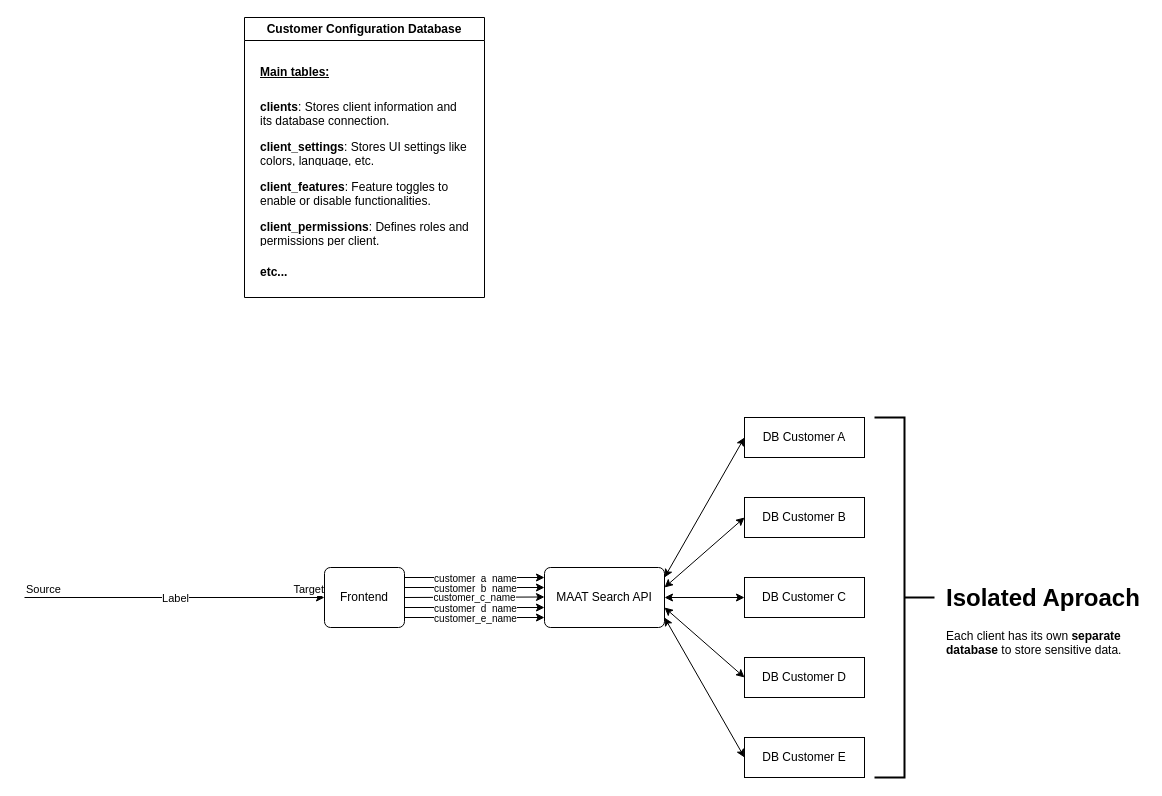
This is multitenancy.drawio from Karel95/Django-Rest_React-CRUD, a draw.io file, before an edit. Source tidied: cells renumbered, new cells numbered last; positions are measured from the earlier drawing's top-left corner, leaving out a move shared by most shapes. Both pictures are drawn from the tidied source at 100%, with x=0, y=0 at pixel (24, 17).
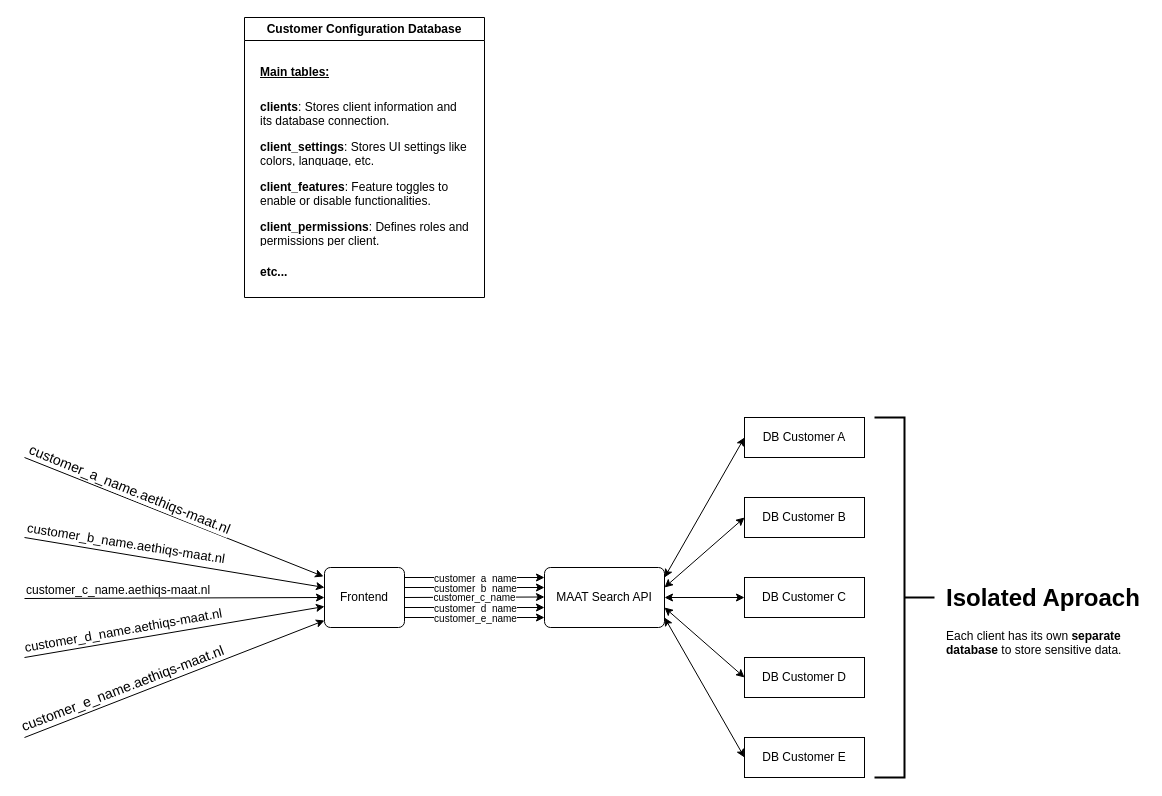
The same diagram, later.

Unchanged cells that the change refers to:
```xml
<mxCell id="2" value="Frontend" style="rounded=1;arcSize=10;whiteSpace=wrap;html=1;align=center;" parent="1" vertex="1">
  <mxGeometry x="300" y="550" width="80" height="60" as="geometry" />
</mxCell>
```

Change to the diagram source:
```diff
@@
-    <mxCell id="33" style="endArrow=classic;html=1;rounded=0;entryX=0;entryY=0.5;entryDx=0;entryDy=0;" parent="1" edge="1" target="2">
+    <mxCell id="33" style="endArrow=classic;html=1;rounded=0;entryX=-0.012;entryY=0.15;entryDx=0;entryDy=0;entryPerimeter=0;" parent="1" edge="1" target="2">
       <mxGeometry relative="1" as="geometry">
-        <mxPoint y="580" as="sourcePoint" />
+        <mxPoint y="440" as="sourcePoint" />
       </mxGeometry>
     </mxCell>
-    <mxCell id="34" value="Label" style="edgeLabel;html=1;align=center;verticalAlign=middle;" parent="33" vertex="1">
-      <mxGeometry relative="1" as="geometry" />
-    </mxCell>
-    <mxCell id="35" value="Source" style="edgeLabel;html=1;align=left;verticalAlign=bottom;" parent="33" vertex="1">
+    <mxCell id="35" value="&lt;span style=&quot;text-align: center;&quot;&gt;customer_a_name&lt;/span&gt;&lt;span&gt;.aethiqs-maat.nl&lt;/span&gt;" style="edgeLabel;html=1;align=left;verticalAlign=bottom;rotation=22;fontSize=14;" parent="33" vertex="1">
       <mxGeometry x="-1" relative="1" as="geometry" />
     </mxCell>
-    <mxCell id="36" value="Target" style="edgeLabel;html=1;align=right;verticalAlign=bottom;" parent="33" vertex="1">
-      <mxGeometry x="1" relative="1" as="geometry" />
-    </mxCell>
+    <mxCell id="37" style="endArrow=classic;html=1;rounded=0;entryX=0;entryY=0.5;entryDx=0;entryDy=0;" parent="1" edge="1" target="2">
+      <mxGeometry relative="1" as="geometry">
+        <mxPoint y="581" as="sourcePoint" />
+      </mxGeometry>
+    </mxCell>
+    <mxCell id="38" value="&lt;span style=&quot;text-align: center;&quot;&gt;customer_c_name&lt;/span&gt;&lt;span&gt;.aethiqs-maat.nl&lt;/span&gt;" style="edgeLabel;html=1;align=left;verticalAlign=bottom;fontSize=12;" parent="37" vertex="1">
+      <mxGeometry x="-1" relative="1" as="geometry" />
+    </mxCell>
+    <mxCell id="39" style="endArrow=classic;html=1;rounded=0;entryX=0;entryY=0.5;entryDx=0;entryDy=0;" parent="1" edge="1">
+      <mxGeometry relative="1" as="geometry">
+        <mxPoint y="520" as="sourcePoint" />
+        <mxPoint x="300" y="570" as="targetPoint" />
+      </mxGeometry>
+    </mxCell>
+    <mxCell id="40" value="&lt;span style=&quot;text-align: center;&quot;&gt;customer_b_name&lt;/span&gt;&lt;span&gt;.aethiqs-maat.nl&lt;/span&gt;" style="edgeLabel;html=1;align=left;verticalAlign=bottom;rotation=9;fontSize=13;" parent="39" vertex="1">
+      <mxGeometry x="-1" relative="1" as="geometry" />
+    </mxCell>
+    <mxCell id="41" style="endArrow=classic;html=1;rounded=0;entryX=0;entryY=0.65;entryDx=0;entryDy=0;entryPerimeter=0;" parent="1" edge="1" target="2">
+      <mxGeometry relative="1" as="geometry">
+        <mxPoint y="640" as="sourcePoint" />
+      </mxGeometry>
+    </mxCell>
+    <mxCell id="42" value="&lt;span style=&quot;text-align: center;&quot;&gt;customer_d_name&lt;/span&gt;&lt;span&gt;.aethiqs-maat.nl&lt;/span&gt;" style="edgeLabel;html=1;align=left;verticalAlign=bottom;rotation=350;fontSize=13;" parent="41" vertex="1">
+      <mxGeometry x="-1" relative="1" as="geometry" />
+    </mxCell>
+    <mxCell id="43" style="endArrow=classic;html=1;rounded=0;entryX=0;entryY=0.883;entryDx=0;entryDy=0;entryPerimeter=0;" parent="1" edge="1" target="2">
+      <mxGeometry relative="1" as="geometry">
+        <mxPoint y="720" as="sourcePoint" />
+      </mxGeometry>
+    </mxCell>
+    <mxCell id="44" value="&lt;span style=&quot;text-align: center;&quot;&gt;customer_e_name&lt;/span&gt;&lt;span&gt;.aethiqs-maat.nl&lt;/span&gt;" style="edgeLabel;html=1;align=left;verticalAlign=bottom;rotation=339;fontSize=14;" parent="43" vertex="1">
+      <mxGeometry x="-1" relative="1" as="geometry" />
+    </mxCell>
```
